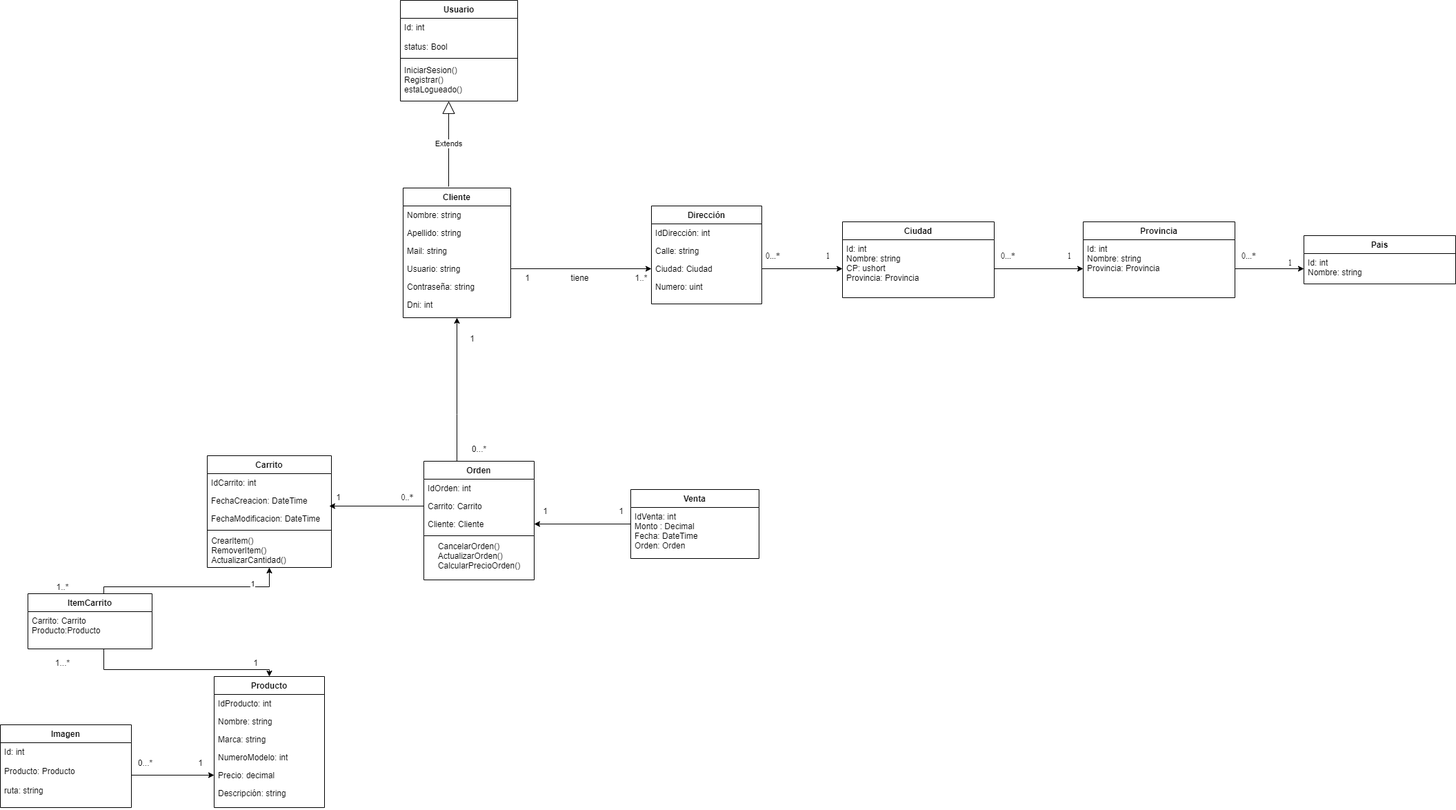
Above: OpenShop - Carrito - TP Integrador/Diagrama de clases.png in AlejoNahuelFernandez/ProyectoDSI (draw.io), before the change. Source tidied: cells renumbered, new cells last; positions are measured from the earlier drawing's top-left corner, leaving out a move shared by most shapes.
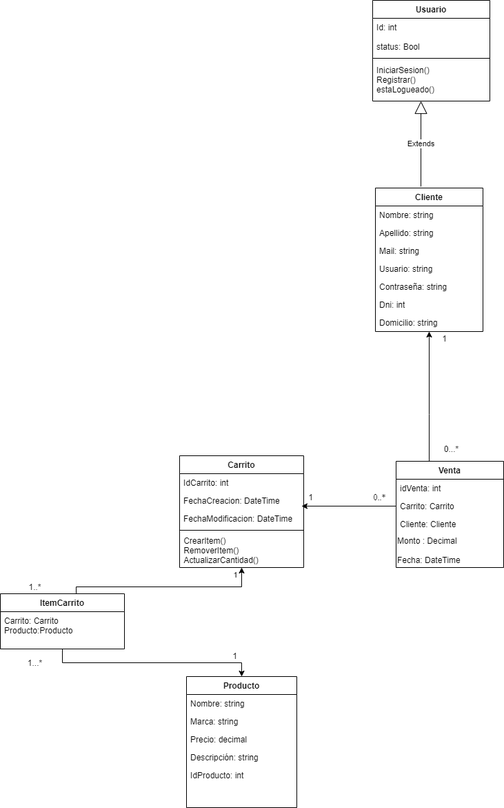
Later version of the same file.

Commit message:
Se modificó diagrama de clases y se agregó JSON

Diff of the diagram source:
```diff
@@ -2,50 +2,8 @@
   <root>
     <mxCell id="0" />
     <mxCell id="1" parent="0" />
-    <mxCell id="2" value="1..*" style="text;html=1;align=center;verticalAlign=middle;" parent="1" vertex="1">
-      <mxGeometry x="914" y="392" width="30" height="20" as="geometry" />
-    </mxCell>
-    <mxCell id="3" value="1" style="text;html=1;align=center;verticalAlign=middle;" parent="1" vertex="1">
-      <mxGeometry x="754" y="392" width="20" height="20" as="geometry" />
-    </mxCell>
-    <mxCell id="4" style="edgeStyle=orthogonalEdgeStyle;rounded=0;jettySize=auto;html=1;entryX=0;entryY=0.5;entryDx=0;entryDy=0;" parent="1" edge="1" source="37" target="34">
-      <mxGeometry relative="1" as="geometry" />
-    </mxCell>
-    <mxCell id="5" value="Provincia" style="swimlane;fontStyle=1;align=center;verticalAlign=top;horizontal=1;startSize=26;" parent="1" vertex="1">
-      <mxGeometry x="1570" y="321" width="220" height="110" as="geometry" />
-    </mxCell>
-    <mxCell id="6" value="Id: int&#10;Nombre: string&#10;Provincia: Provincia&#10;&#10;" style="text;strokeColor=none;fillColor=none;align=left;verticalAlign=top;spacingLeft=4;spacingRight=4;overflow=hidden;points=[[0,0.5],[1,0.5]];portConstraint=eastwest;" parent="5" vertex="1">
-      <mxGeometry y="26" width="220" height="84" as="geometry" />
-    </mxCell>
-    <mxCell id="7" style="edgeStyle=orthogonalEdgeStyle;rounded=0;jettySize=auto;html=1;entryX=0;entryY=0.5;entryDx=0;entryDy=0;" parent="1" edge="1" source="61" target="6">
-      <mxGeometry relative="1" as="geometry" />
-    </mxCell>
-    <mxCell id="8" style="edgeStyle=orthogonalEdgeStyle;rounded=0;jettySize=auto;html=1;" parent="1" edge="1" source="6" target="67">
-      <mxGeometry relative="1" as="geometry" />
-    </mxCell>
-    <mxCell id="9" style="edgeStyle=orthogonalEdgeStyle;rounded=0;jettySize=auto;html=1;exitX=1;exitY=0.5;exitDx=0;exitDy=0;" parent="1" edge="1" source="13" target="61">
-      <mxGeometry relative="1" as="geometry" />
-    </mxCell>
-    <mxCell id="10" value="Dirección" style="swimlane;fontStyle=1;align=center;verticalAlign=top;horizontal=1;startSize=26;rounded=0;shadow=0;strokeWidth=1;" parent="1" vertex="1">
-      <mxGeometry x="944" y="298" width="160" height="142" as="geometry" />
-    </mxCell>
-    <mxCell id="11" value="IdDirección: int" style="text;align=left;verticalAlign=top;spacingLeft=4;spacingRight=4;overflow=hidden;rounded=0;shadow=0;html=0;" parent="10" vertex="1">
-      <mxGeometry y="26" width="160" height="26" as="geometry" />
-    </mxCell>
-    <mxCell id="12" value="Calle: string" style="text;align=left;verticalAlign=top;spacingLeft=4;spacingRight=4;overflow=hidden;" parent="10" vertex="1">
-      <mxGeometry y="52" width="160" height="26" as="geometry" />
-    </mxCell>
-    <mxCell id="13" value="Ciudad: Ciudad" style="text;align=left;verticalAlign=top;spacingLeft=4;spacingRight=4;overflow=hidden;points=[[0,0.5],[1,0.5]];portConstraint=eastwest;" parent="10" vertex="1">
-      <mxGeometry y="78" width="160" height="26" as="geometry" />
-    </mxCell>
-    <mxCell id="14" value="Numero: uint" style="text;align=left;verticalAlign=top;spacingLeft=4;spacingRight=4;overflow=hidden;" parent="10" vertex="1">
-      <mxGeometry y="104" width="160" height="26" as="geometry" />
-    </mxCell>
-    <mxCell id="15" style="edgeStyle=orthogonalEdgeStyle;rounded=0;jettySize=auto;html=1;entryX=0;entryY=0.5;entryDx=0;entryDy=0;" parent="1" edge="1" source="20" target="13">
-      <mxGeometry relative="1" as="geometry" />
-    </mxCell>
     <mxCell id="16" value="Cliente" style="swimlane;fontStyle=1;align=center;verticalAlign=top;horizontal=1;startSize=26;rounded=0;shadow=0;strokeWidth=1;" parent="1" vertex="1">
-      <mxGeometry x="584" y="272" width="156" height="188" as="geometry" />
+      <mxGeometry x="584" y="272" width="156" height="208" as="geometry" />
     </mxCell>
     <mxCell id="17" value="Nombre: string" style="text;align=left;verticalAlign=top;spacingLeft=4;spacingRight=4;overflow=hidden;rounded=0;shadow=0;html=0;" parent="16" vertex="1">
       <mxGeometry y="26" width="156" height="26" as="geometry" />
@@ -70,15 +28,9 @@
         <mxPoint x="66" y="-2" as="sourcePoint" />
       </mxGeometry>
     </mxCell>
-    <mxCell id="24" value="tiene" style="text;html=1;align=center;verticalAlign=middle;" parent="1" vertex="1">
-      <mxGeometry x="820" y="392" width="40" height="20" as="geometry" />
-    </mxCell>
-    <mxCell id="25" value="0...*" style="text;html=1;align=center;verticalAlign=middle;" parent="1" vertex="1">
-      <mxGeometry x="190" y="1095" width="40" height="20" as="geometry" />
-    </mxCell>
-    <mxCell id="26" value="1" style="text;html=1;align=center;verticalAlign=middle;" parent="1" vertex="1">
-      <mxGeometry x="280" y="1095" width="20" height="20" as="geometry" />
-    </mxCell>
+    <mxCell id="81" value="Domicilio: string" style="text;align=left;verticalAlign=top;spacingLeft=4;spacingRight=4;overflow=hidden;rounded=0;shadow=0;html=0;" parent="16" vertex="1">
+      <mxGeometry y="182" width="156" height="26" as="geometry" />
+    </mxCell>
     <mxCell id="27" value="0...*" style="text;html=1;align=center;verticalAlign=middle;" parent="1" vertex="1">
       <mxGeometry x="674" y="640" width="40" height="20" as="geometry" />
     </mxCell>
@@ -88,38 +40,21 @@
     <mxCell id="29" value="Producto" style="swimlane;fontStyle=1;align=center;verticalAlign=top;horizontal=1;startSize=26;rounded=0;shadow=0;strokeWidth=1;" parent="1" vertex="1">
       <mxGeometry x="310" y="980" width="160" height="190" as="geometry" />
     </mxCell>
-    <mxCell id="30" value="IdProducto: int" style="text;align=left;verticalAlign=top;spacingLeft=4;spacingRight=4;overflow=hidden;" parent="29" vertex="1">
-      <mxGeometry y="26" width="160" height="26" as="geometry" />
-    </mxCell>
     <mxCell id="31" value="Nombre: string" style="text;align=left;verticalAlign=top;spacingLeft=4;spacingRight=4;overflow=hidden;" parent="29" vertex="1">
-      <mxGeometry y="52" width="160" height="26" as="geometry" />
+      <mxGeometry y="26" width="160" height="26" as="geometry" />
     </mxCell>
     <mxCell id="32" value="Marca: string" style="text;align=left;verticalAlign=top;spacingLeft=4;spacingRight=4;overflow=hidden;" parent="29" vertex="1">
-      <mxGeometry y="78" width="160" height="26" as="geometry" />
+      <mxGeometry y="52" width="160" height="26" as="geometry" />
     </mxCell>
-    <mxCell id="33" value="NumeroModelo: int" style="text;align=left;verticalAlign=top;spacingLeft=4;spacingRight=4;overflow=hidden;" parent="29" vertex="1">
-      <mxGeometry y="104" width="160" height="26" as="geometry" />
-    </mxCell>
     <mxCell id="34" value="Precio: decimal" style="text;align=left;verticalAlign=top;spacingLeft=4;spacingRight=4;overflow=hidden;points=[[0,0.5],[1,0.5]];portConstraint=eastwest;rounded=0;shadow=0;html=0;" parent="29" vertex="1">
-      <mxGeometry y="130" width="160" height="26" as="geometry" />
+      <mxGeometry y="78" width="160" height="26" as="geometry" />
     </mxCell>
     <mxCell id="35" value="Descripción: string" style="text;align=left;verticalAlign=top;spacingLeft=4;spacingRight=4;overflow=hidden;rounded=0;shadow=0;html=0;" parent="29" vertex="1">
-      <mxGeometry y="156" width="160" height="26" as="geometry" />
+      <mxGeometry y="104" width="160" height="26" as="geometry" />
     </mxCell>
-    <mxCell id="36" value="Imagen" style="swimlane;fontStyle=1;align=center;verticalAlign=top;horizontal=1;startSize=26;" parent="1" vertex="1">
-      <mxGeometry y="1050" width="190" height="120" as="geometry" />
-    </mxCell>
-    <mxCell id="37" value="Id: int&#10;&#10;Producto: Producto&#10;&#10;ruta: string&#10;" style="text;strokeColor=none;fillColor=none;align=left;verticalAlign=top;spacingLeft=4;spacingRight=4;overflow=hidden;points=[[0,0.5],[1,0.5]];portConstraint=eastwest;" parent="36" vertex="1">
-      <mxGeometry y="26" width="190" height="94" as="geometry" />
-    </mxCell>
-    <mxCell id="38" style="edgeStyle=orthogonalEdgeStyle;rounded=0;jettySize=auto;html=1;entryX=0.5;entryY=0;entryDx=0;entryDy=0;" parent="1" edge="1" source="70" target="29">
-      <mxGeometry relative="1" as="geometry">
-        <Array as="points">
-          <mxPoint x="150" y="970" />
-          <mxPoint x="390" y="970" />
-        </Array>
-      </mxGeometry>
-    </mxCell>
+    <mxCell id="30" value="IdProducto: int" style="text;align=left;verticalAlign=top;spacingLeft=4;spacingRight=4;overflow=hidden;" parent="29" vertex="1">
+      <mxGeometry y="130" width="160" height="54" as="geometry" />
+    </mxCell>
     <mxCell id="39" style="edgeStyle=orthogonalEdgeStyle;rounded=0;jettySize=auto;html=1;exitX=0.5;exitY=0;exitDx=0;exitDy=0;entryX=0.5;entryY=1;entryDx=0;entryDy=0;" parent="1" edge="1" source="70" target="53">
       <mxGeometry relative="1" as="geometry">
         <Array as="points">
@@ -130,14 +65,14 @@
     </mxCell>
     <mxCell id="40" value="1" style="edgeLabel;html=1;align=center;verticalAlign=middle;" parent="39" vertex="1">
       <mxGeometry x="0.65" y="5" relative="1" as="geometry">
-        <mxPoint x="-1" as="offset" />
+        <mxPoint x="14" y="-13" as="offset" />
       </mxGeometry>
     </mxCell>
     <mxCell id="41" value="1..*" style="text;html=1;align=center;verticalAlign=middle;" parent="1" vertex="1">
       <mxGeometry x="75" y="840" width="30" height="20" as="geometry" />
     </mxCell>
     <mxCell id="42" value="1" style="text;html=1;align=center;verticalAlign=middle;" parent="1" vertex="1">
-      <mxGeometry x="360" y="950" width="20" height="20" as="geometry" />
+      <mxGeometry x="370" y="940" width="20" height="20" as="geometry" />
     </mxCell>
     <mxCell id="43" value="1...*" style="text;html=1;align=center;verticalAlign=middle;" parent="1" vertex="1">
       <mxGeometry x="70" y="950" width="40" height="20" as="geometry" />
@@ -156,24 +91,21 @@
         </Array>
       </mxGeometry>
     </mxCell>
-    <mxCell id="47" value="Orden" style="swimlane;fontStyle=1;align=center;verticalAlign=top;horizontal=1;startSize=26;rounded=0;shadow=0;strokeWidth=1;" parent="1" vertex="1">
-      <mxGeometry x="614" y="668" width="160" height="172" as="geometry" />
+    <mxCell id="47" value="Venta" style="swimlane;fontStyle=1;align=center;verticalAlign=top;horizontal=1;startSize=26;rounded=0;shadow=0;strokeWidth=1;" parent="1" vertex="1">
+      <mxGeometry x="614" y="668" width="156" height="154" as="geometry" />
     </mxCell>
-    <mxCell id="48" value="IdOrden: int" style="text;align=left;verticalAlign=top;spacingLeft=4;spacingRight=4;overflow=hidden;rounded=0;shadow=0;html=0;" parent="47" vertex="1">
-      <mxGeometry y="26" width="160" height="26" as="geometry" />
+    <mxCell id="48" value="idVenta: int" style="text;align=left;verticalAlign=top;spacingLeft=4;spacingRight=4;overflow=hidden;rounded=0;shadow=0;html=0;" parent="47" vertex="1">
+      <mxGeometry y="26" width="156" height="26" as="geometry" />
     </mxCell>
     <mxCell id="49" value="Carrito: Carrito" style="text;align=left;verticalAlign=top;spacingLeft=4;spacingRight=4;overflow=hidden;points=[[0,0.5],[1,0.5]];portConstraint=eastwest;" parent="47" vertex="1">
-      <mxGeometry y="52" width="160" height="26" as="geometry" />
+      <mxGeometry y="52" width="156" height="26" as="geometry" />
     </mxCell>
     <mxCell id="50" value="Cliente: Cliente" style="text;align=left;verticalAlign=top;spacingLeft=4;spacingRight=4;overflow=hidden;points=[[0,0.5],[1,0.5]];portConstraint=eastwest;rounded=0;shadow=0;html=0;" parent="47" vertex="1">
-      <mxGeometry y="78" width="160" height="26" as="geometry" />
+      <mxGeometry y="78" width="156" height="26" as="geometry" />
     </mxCell>
-    <mxCell id="51" style="line;html=1;strokeWidth=1;align=left;verticalAlign=middle;spacingTop=-1;spacingLeft=3;spacingRight=3;labelPosition=right;" parent="47" vertex="1">
-      <mxGeometry y="104" width="160" height="8" as="geometry" />
-    </mxCell>
-    <mxCell id="52" value="&lt;div align=&quot;left&quot;&gt;CancelarOrden()&lt;/div&gt;&lt;div align=&quot;left&quot;&gt;ActualizarOrden()&lt;br&gt;&lt;/div&gt;&lt;div align=&quot;left&quot;&gt;CalcularPrecioOrden()&lt;br&gt;&lt;/div&gt;" style="text;html=1;align=center;verticalAlign=middle;" parent="47" vertex="1">
-      <mxGeometry y="112" width="160" height="50" as="geometry" />
-    </mxCell>
+    <mxCell id="82" value="&lt;div align=&quot;left&quot;&gt;Monto : Decimal&lt;/div&gt;&lt;div align=&quot;left&quot;&gt;&lt;br&gt;Fecha: DateTime&lt;br&gt;&lt;/div&gt;" style="text;html=1;align=left;verticalAlign=middle;" parent="47" vertex="1">
+      <mxGeometry y="104" width="156" height="50" as="geometry" />
+    </mxCell>
     <mxCell id="53" value="Carrito" style="swimlane;fontStyle=1;align=center;verticalAlign=top;horizontal=1;startSize=26;rounded=0;shadow=0;strokeWidth=1;" parent="1" vertex="1">
       <mxGeometry x="300" y="660" width="180" height="162" as="geometry" />
     </mxCell>
@@ -195,57 +127,12 @@
     <mxCell id="59" value="0..*" style="text;html=1;align=center;verticalAlign=middle;fontFamily=Times New Roman;" parent="1" vertex="1">
       <mxGeometry x="575" y="710" width="30" height="20" as="geometry" />
     </mxCell>
-    <mxCell id="60" value="Ciudad" style="swimlane;fontStyle=1;align=center;verticalAlign=top;horizontal=1;startSize=26;" parent="1" vertex="1">
-      <mxGeometry x="1221" y="321" width="220" height="110" as="geometry" />
-    </mxCell>
-    <mxCell id="61" value="Id: int&#10;Nombre: string&#10;CP: ushort&#10;Provincia: Provincia&#10;&#10;" style="text;strokeColor=none;fillColor=none;align=left;verticalAlign=top;spacingLeft=4;spacingRight=4;overflow=hidden;points=[[0,0.5],[1,0.5]];portConstraint=eastwest;" parent="60" vertex="1">
-      <mxGeometry y="26" width="220" height="84" as="geometry" />
-    </mxCell>
-    <mxCell id="62" value="1" style="text;html=1;align=center;verticalAlign=middle;fontFamily=Times New Roman;" parent="1" vertex="1">
-      <mxGeometry x="1190" y="360" width="20" height="20" as="geometry" />
-    </mxCell>
-    <mxCell id="63" value="0...*" style="text;html=1;align=center;verticalAlign=middle;fontFamily=Times New Roman;" parent="1" vertex="1">
-      <mxGeometry x="1100" y="360" width="40" height="20" as="geometry" />
-    </mxCell>
-    <mxCell id="64" value="1" style="text;html=1;align=center;verticalAlign=middle;fontFamily=Times New Roman;" parent="1" vertex="1">
-      <mxGeometry x="1540" y="360" width="20" height="20" as="geometry" />
-    </mxCell>
-    <mxCell id="65" value="0...*" style="text;html=1;align=center;verticalAlign=middle;fontFamily=Times New Roman;" parent="1" vertex="1">
-      <mxGeometry x="1441" y="360" width="40" height="20" as="geometry" />
-    </mxCell>
-    <mxCell id="66" value="Pais" style="swimlane;fontStyle=1;align=center;verticalAlign=top;horizontal=1;startSize=26;" parent="1" vertex="1">
-      <mxGeometry x="1890" y="341" width="220" height="70" as="geometry" />
-    </mxCell>
-    <mxCell id="67" value="Id: int&#10;Nombre: string&#10;&#10;" style="text;strokeColor=none;fillColor=none;align=left;verticalAlign=top;spacingLeft=4;spacingRight=4;overflow=hidden;points=[[0,0.5],[1,0.5]];portConstraint=eastwest;" parent="66" vertex="1">
-      <mxGeometry y="26" width="220" height="44" as="geometry" />
-    </mxCell>
-    <mxCell id="68" value="0...*" style="text;html=1;align=center;verticalAlign=middle;fontFamily=Times New Roman;" parent="1" vertex="1">
-      <mxGeometry x="1790" y="360" width="40" height="20" as="geometry" />
-    </mxCell>
-    <mxCell id="69" value="1" style="text;html=1;align=center;verticalAlign=middle;fontFamily=Times New Roman;" parent="1" vertex="1">
-      <mxGeometry x="1860" y="370" width="20" height="20" as="geometry" />
-    </mxCell>
     <mxCell id="70" value="ItemCarrito" style="swimlane;fontStyle=1;align=center;verticalAlign=top;horizontal=1;startSize=26;" parent="1" vertex="1">
       <mxGeometry x="40" y="860" width="180" height="80" as="geometry" />
     </mxCell>
     <mxCell id="71" value="Carrito: Carrito&#10;Producto:Producto&#10;" style="text;strokeColor=none;fillColor=none;align=left;verticalAlign=top;spacingLeft=4;spacingRight=4;overflow=hidden;" parent="70" vertex="1">
       <mxGeometry y="26" width="180" height="54" as="geometry" />
     </mxCell>
-    <mxCell id="72" style="edgeStyle=orthogonalEdgeStyle;rounded=0;jettySize=auto;html=1;entryX=1;entryY=0.5;entryDx=0;entryDy=0;" parent="1" edge="1" source="73" target="50">
-      <mxGeometry relative="1" as="geometry" />
-    </mxCell>
-    <mxCell id="73" value="Venta" style="swimlane;fontStyle=1;align=center;verticalAlign=top;horizontal=1;startSize=26;" parent="1" vertex="1">
-      <mxGeometry x="914" y="709" width="186" height="100" as="geometry" />
-    </mxCell>
-    <mxCell id="74" value="IdVenta: int&#10;Monto : Decimal&#10;Fecha: DateTime&#10;Orden: Orden&#10;" style="text;strokeColor=none;fillColor=none;align=left;verticalAlign=top;spacingLeft=4;spacingRight=4;overflow=hidden;" parent="73" vertex="1">
-      <mxGeometry y="26" width="186" height="74" as="geometry" />
-    </mxCell>
-    <mxCell id="75" value="1" style="text;html=1;align=center;verticalAlign=middle;" parent="1" vertex="1">
-      <mxGeometry x="890" y="730" width="20" height="20" as="geometry" />
-    </mxCell>
-    <mxCell id="76" value="1" style="text;html=1;align=center;verticalAlign=middle;" parent="1" vertex="1">
-      <mxGeometry x="780" y="730" width="20" height="20" as="geometry" />
-    </mxCell>
     <mxCell id="77" value="Usuario" style="swimlane;fontStyle=1;align=center;verticalAlign=top;horizontal=1;startSize=26;" parent="1" vertex="1">
       <mxGeometry x="580" width="170" height="146" as="geometry" />
     </mxCell>
@@ -258,5 +145,13 @@
     <mxCell id="80" value="IniciarSesion()&#10;Registrar()&#10;estaLogueado()&#10;" style="text;strokeColor=none;fillColor=none;align=left;verticalAlign=top;spacingLeft=4;spacingRight=4;overflow=hidden;points=[[0,0.5],[1,0.5]];portConstraint=eastwest;" parent="77" vertex="1">
       <mxGeometry y="88" width="170" height="58" as="geometry" />
     </mxCell>
+    <mxCell id="38" style="edgeStyle=orthogonalEdgeStyle;rounded=0;jettySize=auto;html=1;" parent="1" edge="1" source="70" target="29">
+      <mxGeometry relative="1" as="geometry">
+        <Array as="points">
+          <mxPoint x="130" y="960" />
+          <mxPoint x="390" y="960" />
+        </Array>
+      </mxGeometry>
+    </mxCell>
   </root>
 </mxGraphModel>
```
